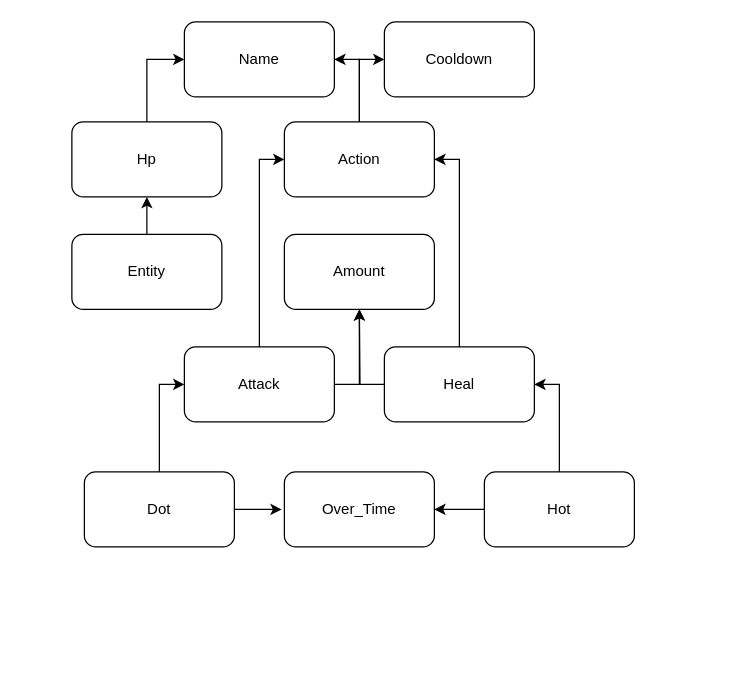
kipikipoddev/Godot_Demo keeps this draw.io diagram as page "Inherent" (2 of 4) of Godot.drawio. Above is the earlier version. Source tidied: cells renumbered, new cells numbered last; positions are measured from the earlier drawing's top-left corner, leaving out a move shared by most shapes. Both pictures are drawn from the tidied source at 125%, with x=0, y=0 at pixel (71, 21).
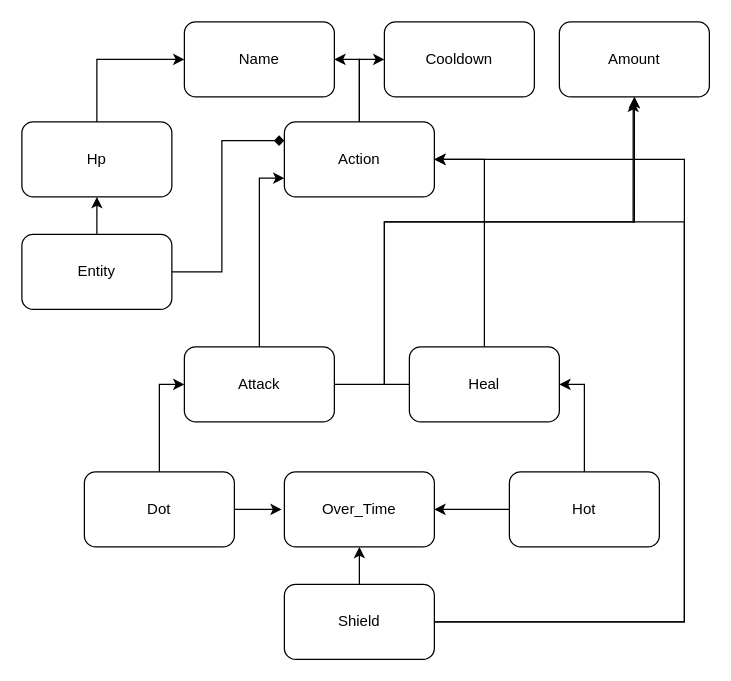
The same page after the edit.

The change refers to these unchanged cells:
```xml
<mxCell id="8" value="Attack" style="rounded=1;whiteSpace=wrap;html=1;" parent="1" vertex="1">
  <mxGeometry x="90" y="260" width="120" height="60" as="geometry" />
</mxCell>
<mxCell id="17" value="Over_Time" style="rounded=1;whiteSpace=wrap;html=1;" parent="1" vertex="1">
  <mxGeometry x="170" y="360" width="120" height="60" as="geometry" />
</mxCell>
<mxCell id="23" value="Action" style="rounded=1;whiteSpace=wrap;html=1;" parent="1" vertex="1">
  <mxGeometry x="170" y="80" width="120" height="60" as="geometry" />
</mxCell>
```

The edit, as a diff of the source:
```diff
@@
     <mxCell id="3" value="Hp" style="rounded=1;whiteSpace=wrap;html=1;" parent="1" vertex="1">
-      <mxGeometry y="80" width="120" height="60" as="geometry" />
+      <mxGeometry x="-40" y="80" width="120" height="60" as="geometry" />
     </mxCell>
@@
     <mxCell id="5" value="Amount" style="rounded=1;whiteSpace=wrap;html=1;" parent="1" vertex="1">
-      <mxGeometry x="170" y="170" width="120" height="60" as="geometry" />
+      <mxGeometry x="390" width="120" height="60" as="geometry" />
     </mxCell>
-    <mxCell id="6" style="edgeStyle=orthogonalEdgeStyle;rounded=0;jettySize=auto;html=1;exitX=0.5;exitY=0;exitDx=0;exitDy=0;entryX=0;entryY=0.5;entryDx=0;entryDy=0;" parent="1" edge="1" source="8" target="23">
+    <mxCell id="6" style="edgeStyle=orthogonalEdgeStyle;rounded=0;jettySize=auto;html=1;exitX=0.5;exitY=0;exitDx=0;exitDy=0;entryX=0;entryY=0.75;entryDx=0;entryDy=0;" parent="1" edge="1" source="8" target="23">
       <mxGeometry relative="1" as="geometry" />
     </mxCell>
-    <mxCell id="7" style="edgeStyle=orthogonalEdgeStyle;rounded=0;jettySize=auto;html=1;exitX=1;exitY=0.5;exitDx=0;exitDy=0;" parent="1" edge="1" source="8">
+    <mxCell id="7" style="edgeStyle=orthogonalEdgeStyle;rounded=0;jettySize=auto;html=1;exitX=1;exitY=0.5;exitDx=0;exitDy=0;entryX=0.5;entryY=1;entryDx=0;entryDy=0;" parent="1" edge="1" source="8" target="5">
       <mxGeometry relative="1" as="geometry">
-        <mxPoint x="230" y="230" as="targetPoint" />
+        <Array as="points">
+          <mxPoint x="250" y="290" />
+          <mxPoint x="250" y="160" />
+          <mxPoint x="450" y="160" />
+        </Array>
       </mxGeometry>
     </mxCell>
@@
     <mxCell id="11" value="Heal" style="rounded=1;whiteSpace=wrap;html=1;" parent="1" vertex="1">
-      <mxGeometry x="250" y="260" width="120" height="60" as="geometry" />
+      <mxGeometry x="270" y="260" width="120" height="60" as="geometry" />
     </mxCell>
@@
     <mxCell id="16" value="Hot" style="rounded=1;whiteSpace=wrap;html=1;" parent="1" vertex="1">
-      <mxGeometry x="330" y="360" width="120" height="60" as="geometry" />
+      <mxGeometry x="350" y="360" width="120" height="60" as="geometry" />
     </mxCell>
@@
+    <mxCell id="25" style="edgeStyle=orthogonalEdgeStyle;rounded=0;jettySize=auto;html=1;exitX=1;exitY=0.5;exitDx=0;exitDy=0;entryX=0;entryY=0.25;entryDx=0;entryDy=0;endArrow=diamond;endFill=1;" parent="1" edge="1" source="20" target="23">
+      <mxGeometry relative="1" as="geometry">
+        <Array as="points">
+          <mxPoint x="120" y="200" />
+          <mxPoint x="120" y="95" />
+        </Array>
+      </mxGeometry>
+    </mxCell>
     <mxCell id="20" value="Entity" style="rounded=1;whiteSpace=wrap;html=1;" parent="1" vertex="1">
-      <mxGeometry y="170" width="120" height="60" as="geometry" />
+      <mxGeometry x="-40" y="170" width="120" height="60" as="geometry" />
     </mxCell>
@@
+    <mxCell id="26" style="edgeStyle=orthogonalEdgeStyle;rounded=0;jettySize=auto;html=1;exitX=0.5;exitY=0;exitDx=0;exitDy=0;entryX=0.5;entryY=1;entryDx=0;entryDy=0;" parent="1" edge="1" source="29" target="17">
+      <mxGeometry relative="1" as="geometry" />
+    </mxCell>
+    <mxCell id="27" style="edgeStyle=orthogonalEdgeStyle;rounded=0;jettySize=auto;html=1;exitX=1;exitY=0.5;exitDx=0;exitDy=0;entryX=0.492;entryY=1.051;entryDx=0;entryDy=0;entryPerimeter=0;" parent="1" edge="1" source="29" target="5">
+      <mxGeometry relative="1" as="geometry">
+        <Array as="points">
+          <mxPoint x="490" y="480" />
+          <mxPoint x="490" y="160" />
+          <mxPoint x="449" y="160" />
+        </Array>
+      </mxGeometry>
+    </mxCell>
+    <mxCell id="28" style="edgeStyle=orthogonalEdgeStyle;rounded=0;jettySize=auto;html=1;exitX=1;exitY=0.5;exitDx=0;exitDy=0;entryX=1;entryY=0.5;entryDx=0;entryDy=0;" parent="1" edge="1" source="29" target="23">
+      <mxGeometry relative="1" as="geometry">
+        <Array as="points">
+          <mxPoint x="490" y="480" />
+          <mxPoint x="490" y="110" />
+        </Array>
+      </mxGeometry>
+    </mxCell>
+    <mxCell id="29" value="Shield" style="rounded=1;whiteSpace=wrap;html=1;" parent="1" vertex="1">
+      <mxGeometry x="170" y="450" width="120" height="60" as="geometry" />
+    </mxCell>
```
